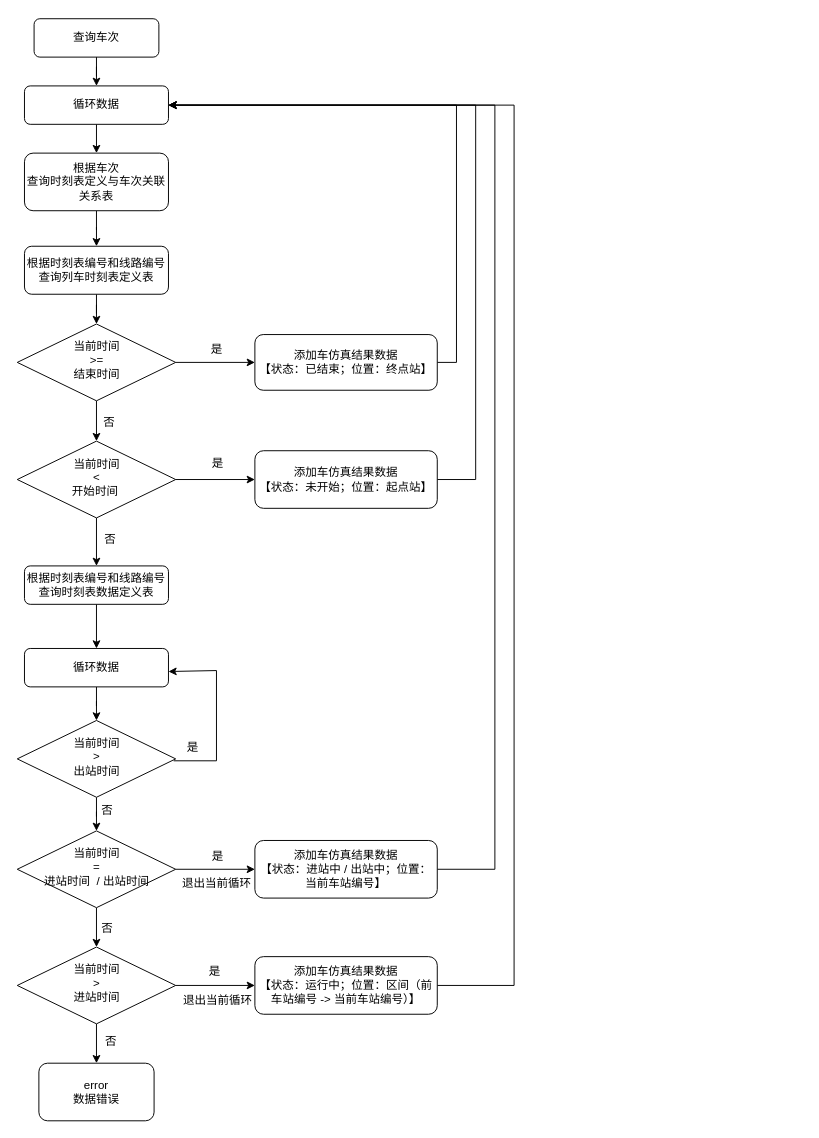
This is 地铁车仿真.drawio from happysmile-xiong/Blog-Sample, a draw.io file, before an edit. Source tidied: cells renumbered, new cells numbered last; positions are measured from the earlier drawing's top-left corner, leaving out a move shared by most shapes. Both pictures are drawn from the tidied source at 96%, with x=0, y=0 at pixel (16, 18).
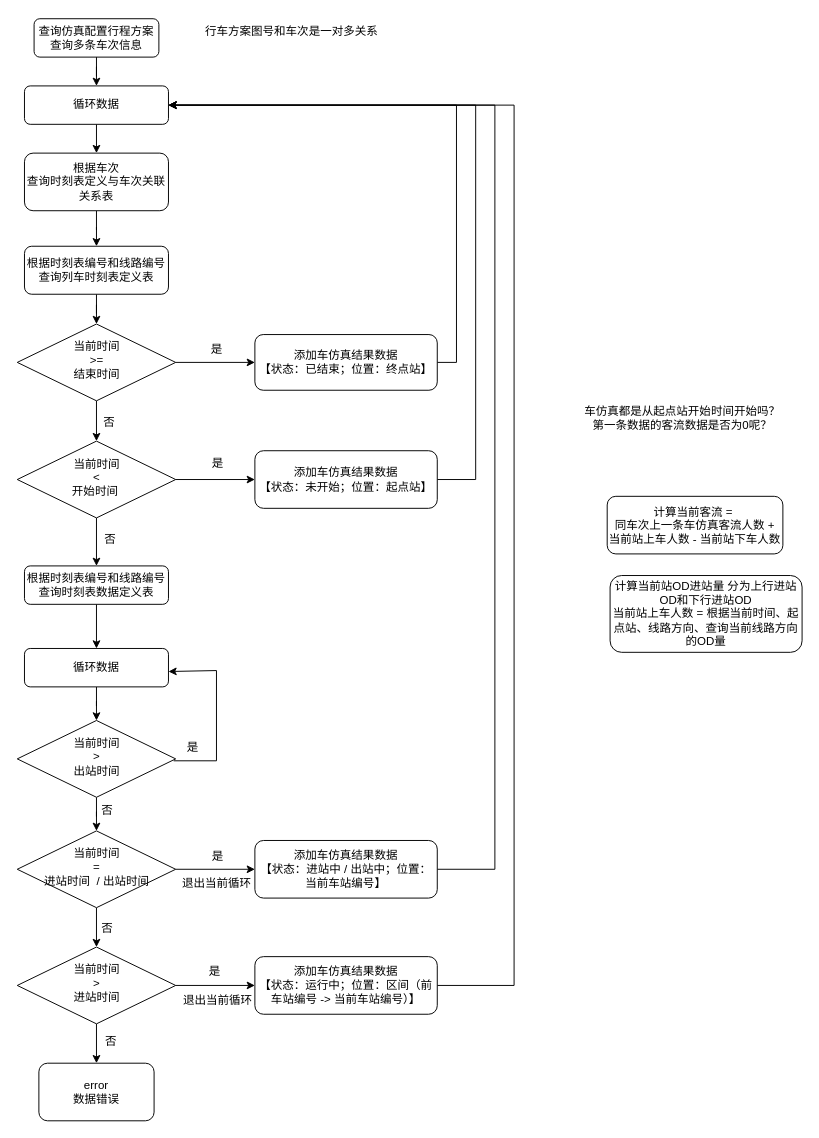
The same page after the edit.

Commit message:
更新地铁车仿真.drawio

Change to the diagram source:
```diff
@@
-    <mxCell id="3" value="查询车次&lt;br&gt;" style="rounded=1;whiteSpace=wrap;html=1;fontSize=12;glass=0;strokeWidth=1;shadow=0;" parent="1" vertex="1">
+    <mxCell id="3" value="查询仿真配置行程方案查询多条车次信息" style="rounded=1;whiteSpace=wrap;html=1;fontSize=12;glass=0;strokeWidth=1;shadow=0;" parent="1" vertex="1">
       <mxGeometry x="18" width="130" height="40" as="geometry" />
     </mxCell>
@@
+    <mxCell id="50" value="计算当前客流 =&amp;nbsp;&lt;br&gt;同车次上一条车仿真客流人数 + 当前站上车人数 - 当前站下车人数" style="rounded=1;whiteSpace=wrap;html=1;" parent="1" vertex="1">
+      <mxGeometry x="615" y="497.5" width="183" height="60" as="geometry" />
+    </mxCell>
+    <mxCell id="51" value="计算当前站OD进站量 分为上行进站OD和下行进站OD&lt;br&gt;当前站上车人数 = 根据当前时间、起点站、线路方向、查询当前线路方向的OD量" style="rounded=1;whiteSpace=wrap;html=1;" parent="1" vertex="1">
+      <mxGeometry x="618" y="580" width="200" height="80" as="geometry" />
+    </mxCell>
+    <mxCell id="52" value="车仿真都是从起点站开始时间开始吗？&lt;br&gt;第一条数据的客流数据是否为0呢？" style="text;html=1;align=center;verticalAlign=middle;strokeColor=none;fillColor=none;" parent="1" vertex="1">
+      <mxGeometry x="578" y="396" width="230" height="40" as="geometry" />
+    </mxCell>
+    <mxCell id="53" value="行车方案图号和车次是一对多关系" style="text;html=1;align=center;verticalAlign=middle;strokeColor=none;fillColor=none;" parent="1" vertex="1">
+      <mxGeometry x="186" y="-2" width="200" height="30" as="geometry" />
+    </mxCell>
```
